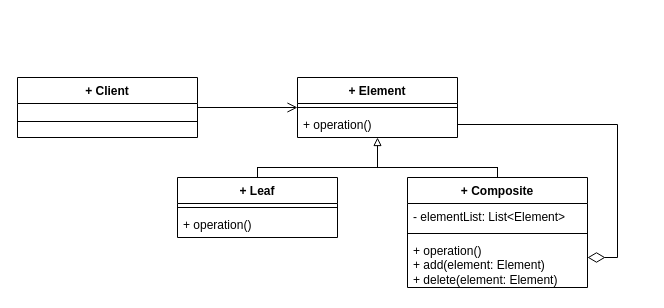
Above: University/3rd_ING_Software/2st_Semester/Conception/course/Chapters/DesignPattern/Composite/comp1.drawio in rabah-usthb/Documentations (draw.io), before the change. Source tidied: cells renumbered, new cells numbered last; positions are measured from the earlier drawing's top-left corner, leaving out a move shared by most shapes. Both pictures are drawn from the tidied source at 100%, with x=0, y=0 at pixel (17, 77).
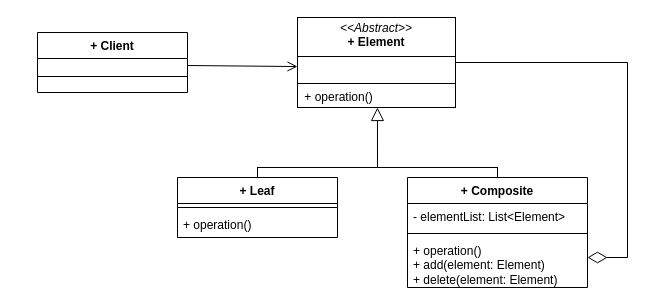
The same diagram, later.

The change refers to these unchanged cells:
```xml
<mxCell id="11" value="+ operation()&lt;div&gt;+ add(element: Element)&lt;/div&gt;&lt;div&gt;+ delete(element: Element)&lt;/div&gt;" style="text;strokeColor=none;fillColor=none;align=left;verticalAlign=top;spacingLeft=4;spacingRight=4;overflow=hidden;points=[[0,0.5],[1,0.5]];portConstraint=eastwest;whiteSpace=wrap;html=1;" parent="8" vertex="1">
  <mxGeometry y="60" width="180" height="50" as="geometry" />
</mxCell>
```

Diff of the diagram source:
```diff
@@
-    <mxCell id="2" value="+ Element" style="swimlane;fontStyle=1;align=center;verticalAlign=top;horizontal=1;startSize=26;whiteSpace=wrap;html=1;" parent="1" vertex="1">
-      <mxGeometry x="280" width="160" height="60" as="geometry" />
-    </mxCell>
-    <mxCell id="3" style="line;strokeWidth=1;fillColor=none;align=left;verticalAlign=middle;spacingTop=-1;spacingLeft=3;spacingRight=3;labelPosition=right;strokeColor=inherit;" parent="2" vertex="1">
-      <mxGeometry y="26" width="160" height="8" as="geometry" />
-    </mxCell>
-    <mxCell id="4" value="+ operation()" style="text;strokeColor=none;fillColor=none;align=left;verticalAlign=top;spacingLeft=4;spacingRight=4;overflow=hidden;points=[[0,0.5],[1,0.5]];portConstraint=eastwest;whiteSpace=wrap;html=1;" parent="2" vertex="1">
-      <mxGeometry y="34" width="160" height="26" as="geometry" />
-    </mxCell>
@@
-    <mxCell id="12" style="html=1;verticalAlign=bottom;labelBackgroundColor=none;endArrow=block;endFill=0;rounded=0;" parent="1" edge="1">
+    <mxCell id="12" style="html=1;verticalAlign=bottom;labelBackgroundColor=none;endArrow=block;endFill=0;rounded=0;startSize=6;endSize=11;entryX=0.506;entryY=1;entryDx=0;entryDy=0;entryPerimeter=0;" parent="1" edge="1" target="23">
       <mxGeometry relative="1" as="geometry">
         <mxPoint x="360" y="90" as="sourcePoint" />
-        <mxPoint x="360" y="60" as="targetPoint" />
       </mxGeometry>
     </mxCell>
@@
-    <mxCell id="17" style="edgeStyle=orthogonalEdgeStyle;rounded=0;jettySize=auto;html=1;entryX=1;entryY=0.4;entryDx=0;entryDy=0;entryPerimeter=0;endArrow=diamondThin;endFill=0;endSize=15;" parent="1" edge="1" source="4" target="11">
-      <mxGeometry relative="1" as="geometry" />
+    <mxCell id="17" style="edgeStyle=orthogonalEdgeStyle;rounded=0;jettySize=auto;html=1;entryX=1;entryY=0.4;entryDx=0;entryDy=0;entryPerimeter=0;endArrow=diamondThin;endFill=0;endSize=17;exitX=1;exitY=0.5;exitDx=0;exitDy=0;" parent="1" edge="1" source="23" target="11">
+      <mxGeometry relative="1" as="geometry">
+        <Array as="points">
+          <mxPoint x="610" y="-15" />
+          <mxPoint x="610" y="180" />
+        </Array>
+      </mxGeometry>
     </mxCell>
-    <mxCell id="18" style="endArrow=open;html=1;rounded=0;endFill=0;endSize=8;entryX=0;entryY=0.5;entryDx=0;entryDy=0;exitX=1;exitY=0.5;exitDx=0;exitDy=0;" parent="1" edge="1" target="2">
-      <mxGeometry relative="1" as="geometry">
-        <mxPoint x="180" y="30" as="sourcePoint" />
-      </mxGeometry>
+    <mxCell id="18" style="endArrow=open;html=1;rounded=0;endFill=0;endSize=8;entryX=0;entryY=0.545;entryDx=0;entryDy=0;exitX=1;exitY=0.5;exitDx=0;exitDy=0;entryPerimeter=0;" parent="1" edge="1" source="20" target="23">
+      <mxGeometry relative="1" as="geometry" />
     </mxCell>
     <mxCell id="19" value="+ Client" style="swimlane;fontStyle=1;align=center;verticalAlign=top;horizontal=1;startSize=26;whiteSpace=wrap;html=1;" parent="1" vertex="1">
-      <mxGeometry width="180" height="60" as="geometry" />
+      <mxGeometry x="20" y="-45" width="150" height="60" as="geometry" />
     </mxCell>
     <mxCell id="20" value="&amp;nbsp;" style="text;strokeColor=none;fillColor=none;align=left;verticalAlign=top;spacingLeft=4;spacingRight=4;overflow=hidden;points=[[0,0.5],[1,0.5]];portConstraint=eastwest;whiteSpace=wrap;html=1;" parent="19" vertex="1">
-      <mxGeometry y="26" width="180" height="14" as="geometry" />
+      <mxGeometry y="26" width="150" height="14" as="geometry" />
     </mxCell>
     <mxCell id="21" style="line;strokeWidth=1;fillColor=none;align=left;verticalAlign=middle;spacingTop=-1;spacingLeft=3;spacingRight=3;labelPosition=right;strokeColor=inherit;" parent="19" vertex="1">
-      <mxGeometry y="40" width="180" height="8" as="geometry" />
+      <mxGeometry y="40" width="150" height="8" as="geometry" />
     </mxCell>
     <mxCell id="22" value="&amp;nbsp;" style="text;strokeColor=none;fillColor=none;align=left;verticalAlign=top;spacingLeft=4;spacingRight=4;overflow=hidden;whiteSpace=wrap;html=1;" parent="19" vertex="1">
-      <mxGeometry y="48" width="180" height="12" as="geometry" />
+      <mxGeometry y="48" width="150" height="12" as="geometry" />
     </mxCell>
+    <mxCell id="23" value="&lt;p style=&quot;margin:0px;margin-top:4px;text-align:center;&quot;&gt;&lt;i&gt;&amp;lt;&amp;lt;Abstract&amp;gt;&amp;gt;&lt;/i&gt;&lt;br&gt;&lt;b&gt;+ Element&lt;/b&gt;&lt;/p&gt;&lt;hr size=&quot;1&quot; style=&quot;border-style:solid;&quot;&gt;&lt;p style=&quot;margin:0px;margin-left:4px;&quot;&gt;&lt;br&gt;&lt;/p&gt;&lt;hr size=&quot;1&quot; style=&quot;border-style:solid;&quot;&gt;&lt;p style=&quot;margin:0px;margin-left:4px;&quot;&gt;&amp;nbsp;+ operation()&lt;/p&gt;" style="verticalAlign=top;align=left;overflow=fill;html=1;whiteSpace=wrap;fillColor=none;" parent="1" vertex="1">
+      <mxGeometry x="280" y="-60" width="158" height="90" as="geometry" />
+    </mxCell>
```
